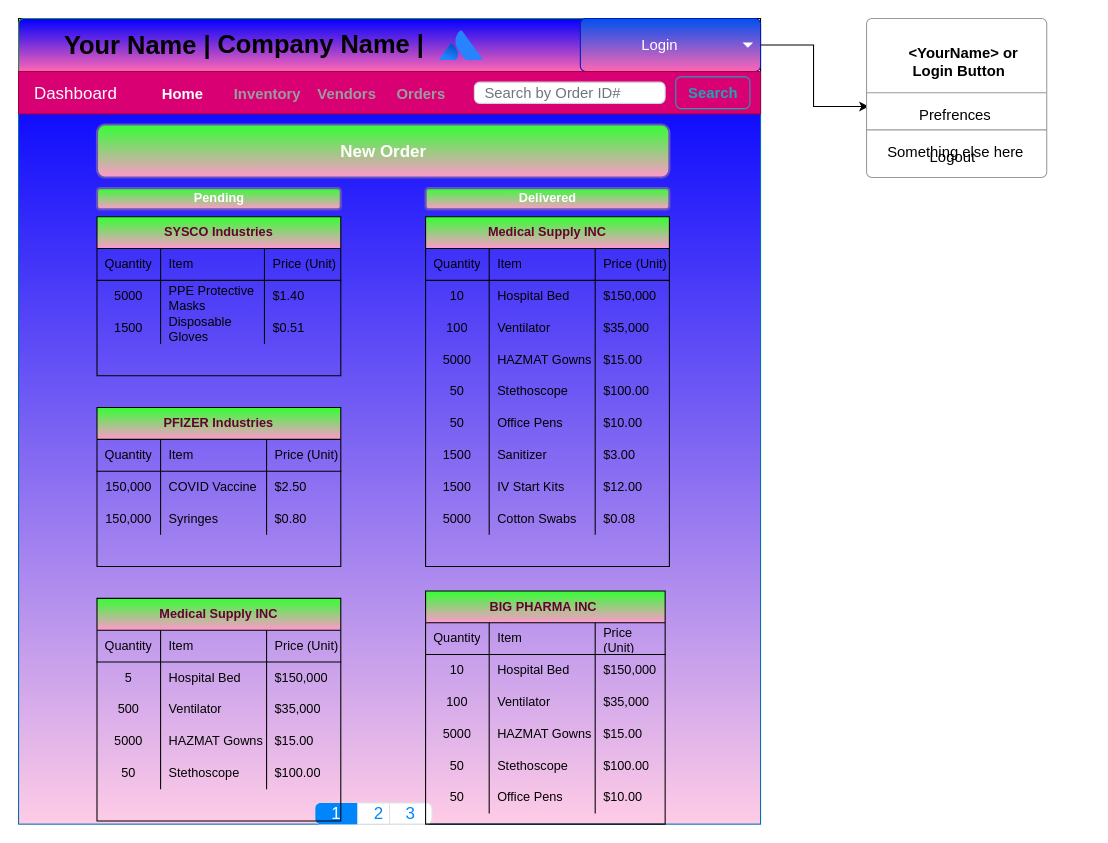
Before: drawio/homepage.drawio in Armandoxh/slamazon, a draw.io diagram. Source tidied: cells renumbered, new cells numbered last; positions are measured from the earlier drawing's top-left corner, leaving out a move shared by most shapes. Both pictures are drawn from the tidied source at 106%, with x=0, y=0 at pixel (18, 18).
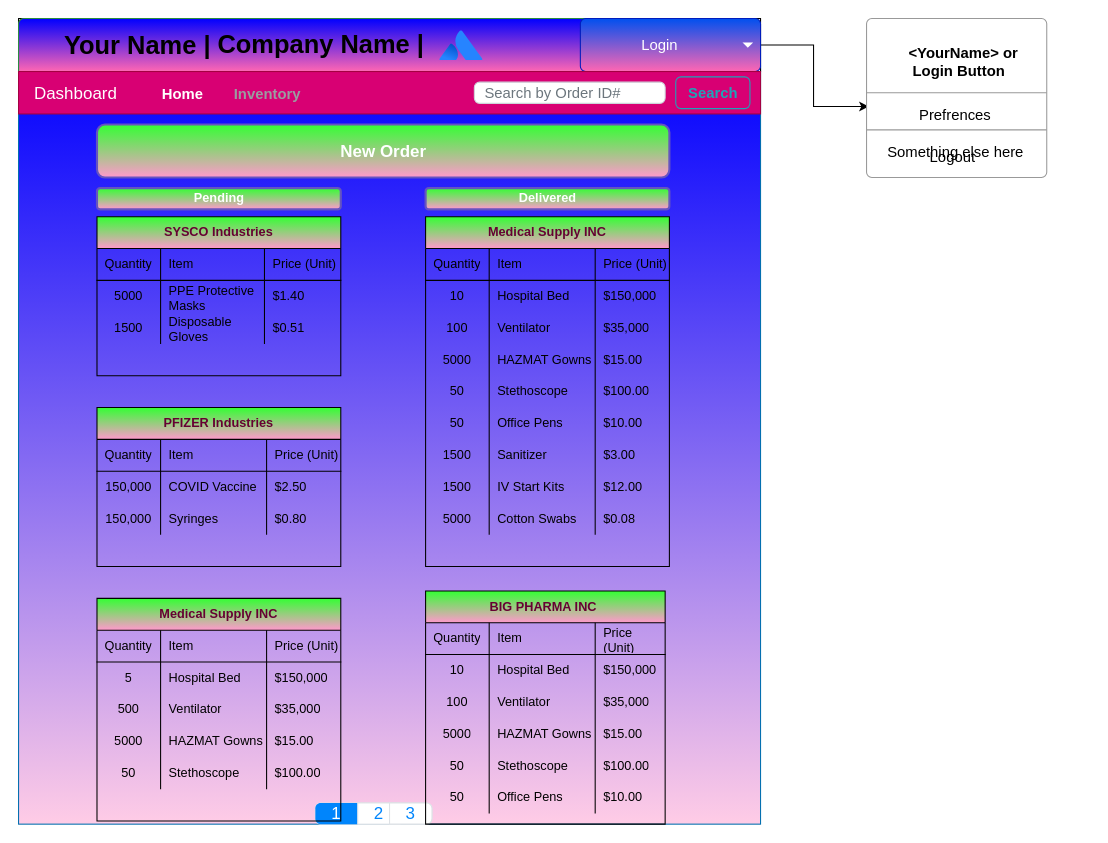
After the change.

The change refers to these unchanged cells:
```xml
<mxCell id="19" value="Dashboard" style="html=1;shadow=0;dashed=0;strokeColor=#A50040;fontSize=16;fontColor=#ffffff;align=left;spacing=15;fillColor=#d80073;" parent="1" vertex="1">
  <mxGeometry y="50" width="700" height="40" as="geometry" />
</mxCell>
```

Diff of the diagram source:
```diff
@@
-    <mxCell id="22" value="Vendors" style="fillColor=none;strokeColor=none;fontSize=14;fontColor=#9A9DA0;align=center;spacingRight=0;fontStyle=1;" parent="19" vertex="1">
-      <mxGeometry width="80" height="40" relative="1" as="geometry">
-        <mxPoint x="270" as="offset" />
-      </mxGeometry>
-    </mxCell>
-    <mxCell id="23" value="Orders" style="fillColor=none;strokeColor=none;fontSize=14;fontColor=#9A9DA0;align=center;fontStyle=1;" parent="19" vertex="1">
-      <mxGeometry width="80" height="40" relative="1" as="geometry">
-        <mxPoint x="340" as="offset" />
-      </mxGeometry>
-    </mxCell>
```
